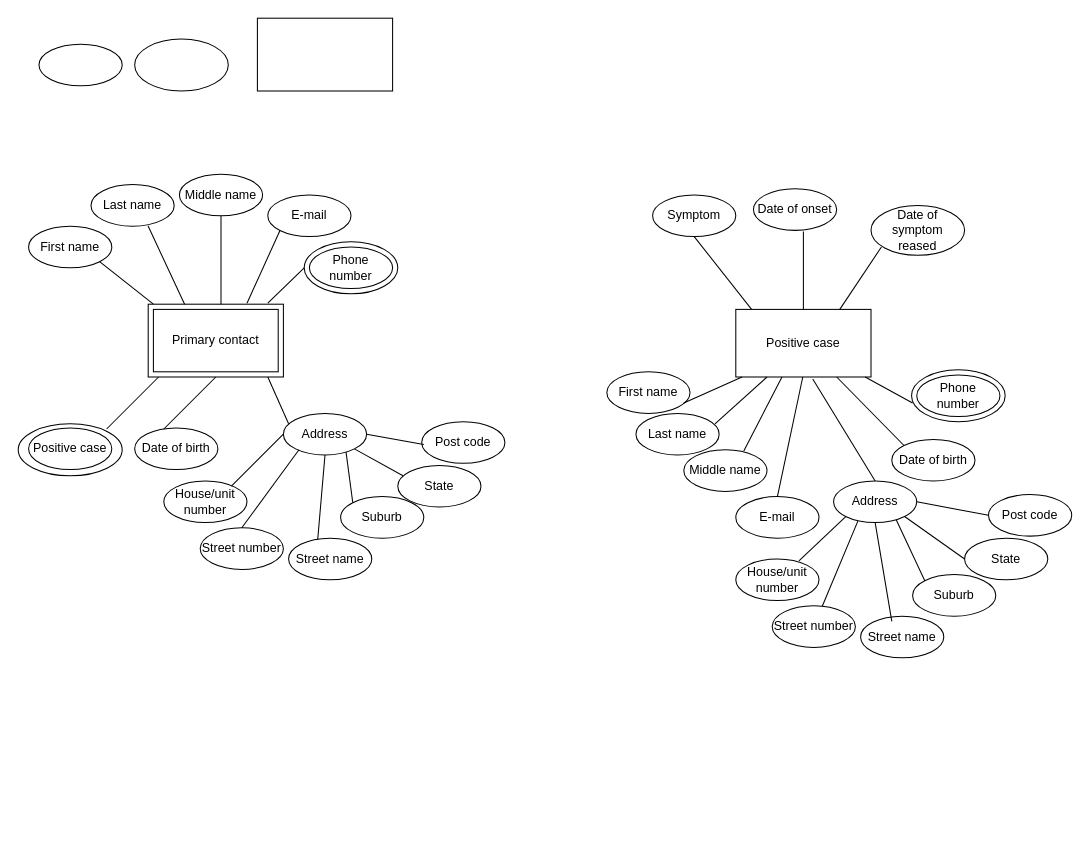
This is Untitled Diagram.drawio from pingtingw/info20003, a draw.io file, before an edit. Source tidied: cells renumbered, new cells numbered last; positions are measured from the earlier drawing's top-left corner, leaving out a move shared by most shapes. Both pictures are drawn from the tidied source at 104%, with x=0, y=0 at pixel (18, 18).
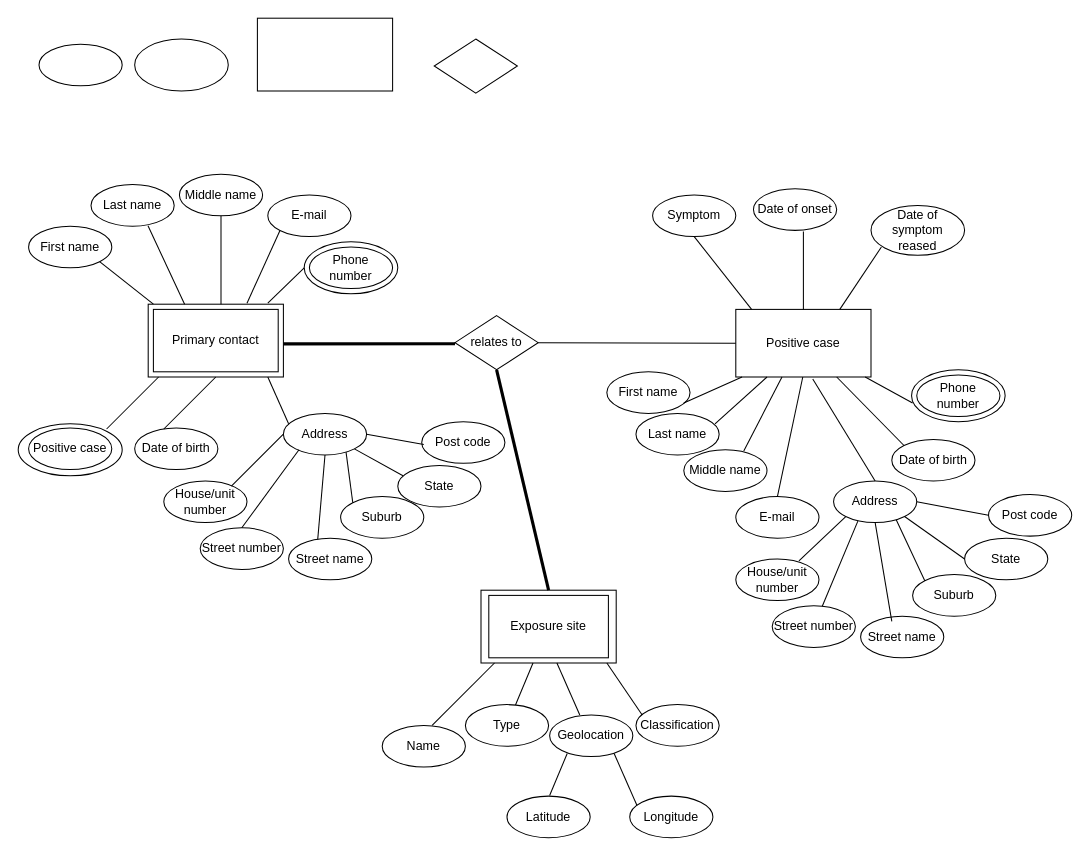
Above is the later version.

Unchanged cells that the change refers to:
```xml
<mxCell id="38" value="Positive case" style="rounded=0;whiteSpace=wrap;html=1;fillColor=none;" parent="1" vertex="1">
  <mxGeometry x="690" y="280" width="130" height="65" as="geometry" />
</mxCell>
```

The edit, as a diff of the source:
```diff
@@
+    <mxCell id="72" style="endArrow=none;html=1;strokeWidth=3;entryX=0;entryY=0.5;entryDx=0;entryDy=0;" parent="1" edge="1">
+      <mxGeometry relative="1" as="geometry">
+        <mxPoint x="255" y="313.1" as="sourcePoint" />
+        <mxPoint x="420" y="313" as="targetPoint" />
+      </mxGeometry>
+    </mxCell>
+    <mxCell id="73" value="relates to" style="rhombus;whiteSpace=wrap;html=1;fillColor=none;gradientColor=none;" parent="1" vertex="1">
+      <mxGeometry x="420" y="286" width="80" height="52" as="geometry" />
+    </mxCell>
+    <mxCell id="74" style="endArrow=none;html=1;entryX=0;entryY=0.5;entryDx=0;entryDy=0;" parent="1" edge="1" target="38">
+      <mxGeometry relative="1" as="geometry">
+        <mxPoint x="500" y="312.1" as="sourcePoint" />
+      </mxGeometry>
+    </mxCell>
+    <mxCell id="75" style="rhombus;whiteSpace=wrap;html=1;fillColor=none;gradientColor=none;" parent="1" vertex="1">
+      <mxGeometry x="400" y="20" width="80" height="52" as="geometry" />
+    </mxCell>
+    <mxCell id="76" style="endArrow=none;html=1;strokeWidth=3;entryX=0.5;entryY=0;entryDx=0;entryDy=0;" parent="1" edge="1" target="77">
+      <mxGeometry relative="1" as="geometry">
+        <mxPoint x="460" y="338.1" as="sourcePoint" />
+      </mxGeometry>
+    </mxCell>
+    <mxCell id="77" value="Exposure site" style="rounded=0;whiteSpace=wrap;html=1;fillColor=none;" parent="1" vertex="1">
+      <mxGeometry x="445" y="550" width="130" height="70" as="geometry" />
+    </mxCell>
+    <mxCell id="78" style="rounded=0;whiteSpace=wrap;html=1;fillColor=none;" parent="1" vertex="1">
+      <mxGeometry x="452.5" y="555" width="115" height="60" as="geometry" />
+    </mxCell>
+    <mxCell id="79" style="endArrow=none;html=1;" parent="1" edge="1">
+      <mxGeometry relative="1" as="geometry">
+        <mxPoint x="398" y="680" as="sourcePoint" />
+        <mxPoint x="458" y="620" as="targetPoint" />
+      </mxGeometry>
+    </mxCell>
+    <mxCell id="80" style="endArrow=none;html=1;startArrow=none;" parent="1" edge="1" source="84">
+      <mxGeometry relative="1" as="geometry">
+        <mxPoint x="495" y="620" as="targetPoint" />
+      </mxGeometry>
+    </mxCell>
+    <mxCell id="81" style="endArrow=none;html=1;" parent="1" edge="1">
+      <mxGeometry relative="1" as="geometry">
+        <mxPoint x="540" y="670" as="sourcePoint" />
+        <mxPoint x="518" y="620" as="targetPoint" />
+      </mxGeometry>
+    </mxCell>
+    <mxCell id="82" style="endArrow=none;html=1;" parent="1" edge="1">
+      <mxGeometry relative="1" as="geometry">
+        <mxPoint x="600" y="670" as="sourcePoint" />
+        <mxPoint x="566" y="620" as="targetPoint" />
+      </mxGeometry>
+    </mxCell>
+    <mxCell id="83" value="Name" style="ellipse;whiteSpace=wrap;html=1;fillColor=none;gradientColor=none;" parent="1" vertex="1">
+      <mxGeometry x="350" y="680" width="80" height="40" as="geometry" />
+    </mxCell>
+    <mxCell id="84" value="Type" style="ellipse;whiteSpace=wrap;html=1;fillColor=none;gradientColor=none;" parent="1" vertex="1">
+      <mxGeometry x="430" y="660" width="80" height="40" as="geometry" />
+    </mxCell>
+    <mxCell id="85" value="Geolocation" style="ellipse;whiteSpace=wrap;html=1;fillColor=none;gradientColor=none;" parent="1" vertex="1">
+      <mxGeometry x="511" y="670" width="80" height="40" as="geometry" />
+    </mxCell>
+    <mxCell id="86" value="Classification" style="ellipse;whiteSpace=wrap;html=1;fillColor=none;gradientColor=none;" parent="1" vertex="1">
+      <mxGeometry x="594" y="660" width="80" height="40" as="geometry" />
+    </mxCell>
+    <mxCell id="87" style="endArrow=none;html=1;" parent="1" edge="1">
+      <mxGeometry relative="1" as="geometry">
+        <mxPoint x="595" y="757" as="sourcePoint" />
+        <mxPoint x="573" y="707" as="targetPoint" />
+      </mxGeometry>
+    </mxCell>
+    <mxCell id="88" style="endArrow=none;html=1;startArrow=none;" parent="1" edge="1">
+      <mxGeometry relative="1" as="geometry">
+        <mxPoint x="511" y="747.4" as="sourcePoint" />
+        <mxPoint x="527.9" y="707" as="targetPoint" />
+      </mxGeometry>
+    </mxCell>
+    <mxCell id="89" value="Latitude" style="ellipse;whiteSpace=wrap;html=1;fillColor=none;gradientColor=none;" parent="1" vertex="1">
+      <mxGeometry x="470" y="748" width="80" height="40" as="geometry" />
+    </mxCell>
+    <mxCell id="90" value="Longitude" style="ellipse;whiteSpace=wrap;html=1;fillColor=none;gradientColor=none;" parent="1" vertex="1">
+      <mxGeometry x="588" y="748" width="80" height="40" as="geometry" />
+    </mxCell>
```
